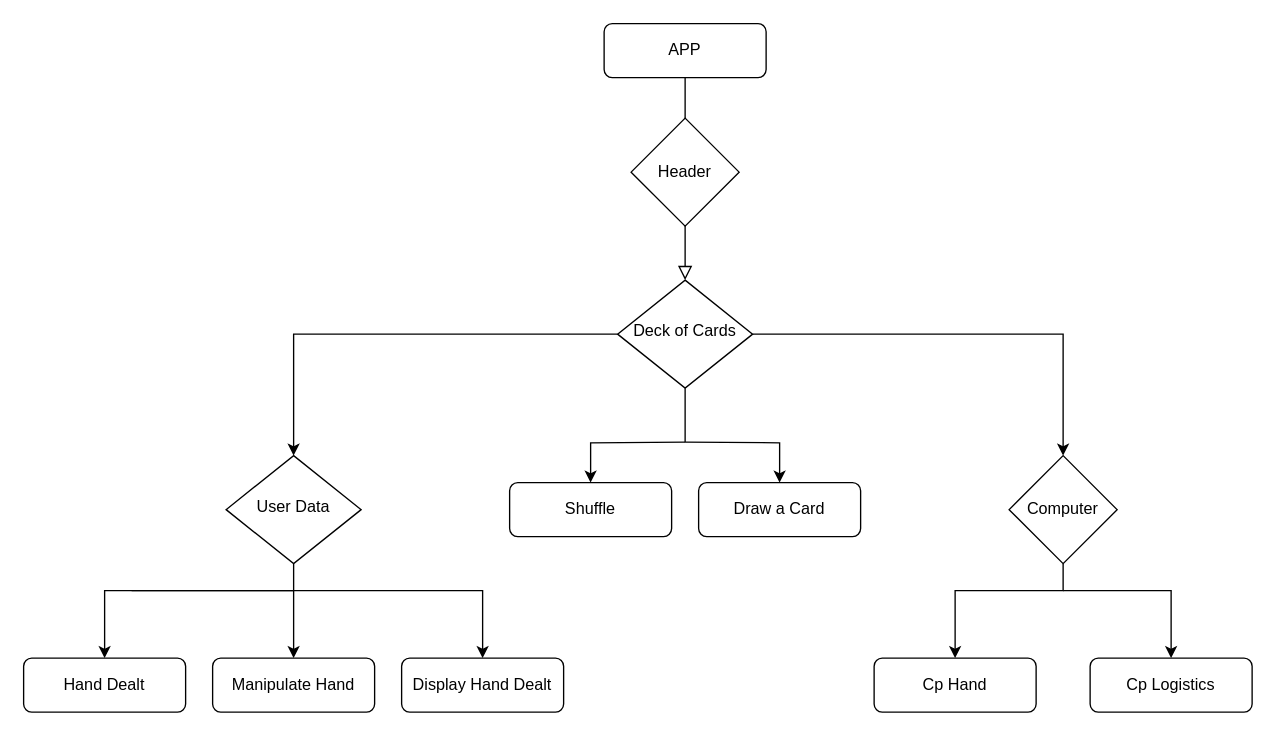
Before: Untitled Diagram.drawio in djmcgrath/Go-Fish, a draw.io diagram. Source tidied: cells renumbered, new cells numbered last; positions are measured from the earlier drawing's top-left corner, leaving out a move shared by most shapes. Both pictures are drawn from the tidied source at 135%, with x=0, y=0 at pixel (23, 23).
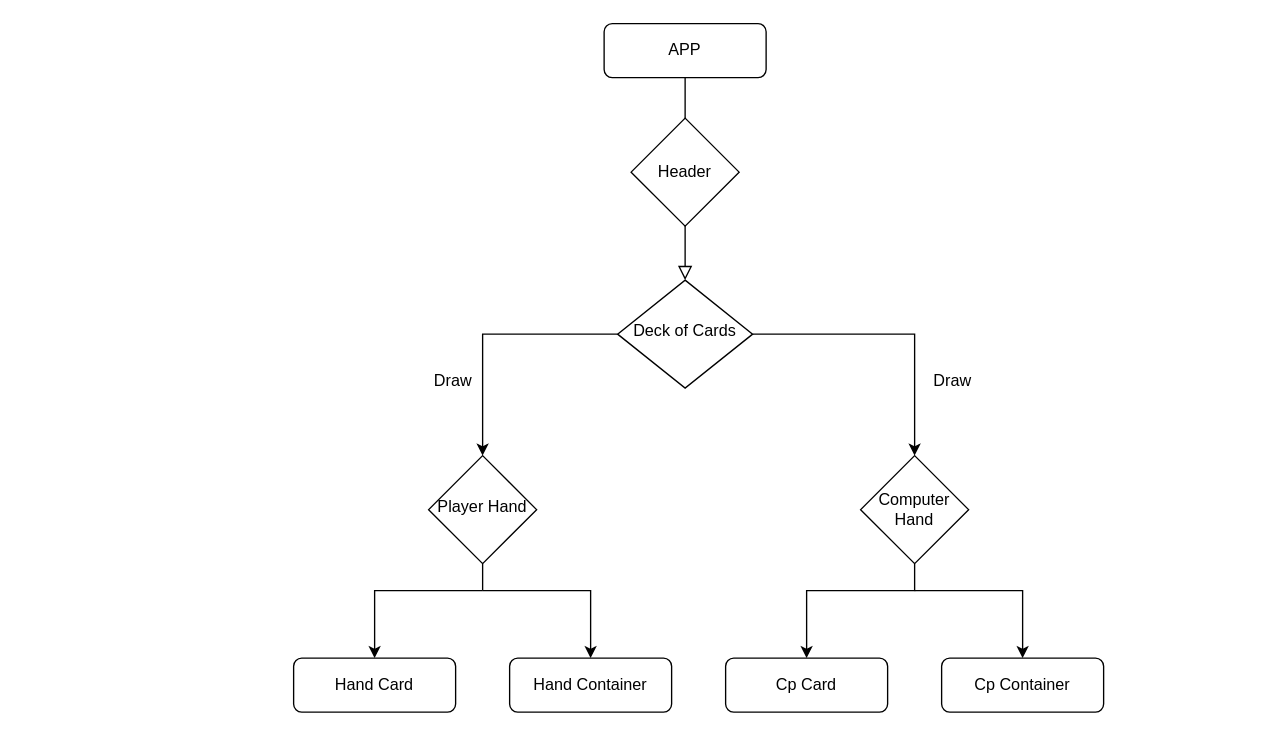
Above is the later version.

Commit message:
Final Go fish Diagram (for now)

The change refers to these unchanged cells:
```xml
<mxCell id="7" value="Deck of Cards" style="rhombus;whiteSpace=wrap;html=1;shadow=0;fontFamily=Helvetica;fontSize=12;align=center;strokeWidth=1;spacing=6;spacingTop=-4;" parent="1" vertex="1">
  <mxGeometry x="440" y="190" width="100" height="80" as="geometry" />
</mxCell>
```

Diff of the diagram source:
```diff
@@
-    <mxCell id="4" style="edgeStyle=orthogonalEdgeStyle;rounded=0;jettySize=auto;html=1;entryX=0.5;entryY=0;entryDx=0;entryDy=0;" parent="1" edge="1" target="10">
-      <mxGeometry relative="1" as="geometry">
-        <mxPoint x="490" y="310" as="sourcePoint" />
-      </mxGeometry>
-    </mxCell>
@@
-    <mxCell id="6" style="edgeStyle=orthogonalEdgeStyle;rounded=0;jettySize=auto;html=1;entryX=0.5;entryY=0;entryDx=0;entryDy=0;" parent="1" edge="1" target="12">
-      <mxGeometry relative="1" as="geometry">
-        <mxPoint x="490" y="310" as="sourcePoint" />
-      </mxGeometry>
-    </mxCell>
@@
-    <mxCell id="8" value="User Data" style="rhombus;whiteSpace=wrap;html=1;shadow=0;fontFamily=Helvetica;fontSize=12;align=center;strokeWidth=1;spacing=6;spacingTop=-4;" parent="1" vertex="1">
-      <mxGeometry x="150" y="320" width="100" height="80" as="geometry" />
+    <mxCell id="8" value="Player Hand" style="rhombus;whiteSpace=wrap;html=1;shadow=0;fontFamily=Helvetica;fontSize=12;align=center;strokeWidth=1;spacing=6;spacingTop=-4;" parent="1" vertex="1">
+      <mxGeometry x="300" y="320" width="80" height="80" as="geometry" />
     </mxCell>
-    <mxCell id="9" value="Hand Dealt" style="rounded=1;whiteSpace=wrap;html=1;fontSize=12;glass=0;strokeWidth=1;shadow=0;" parent="1" vertex="1">
-      <mxGeometry y="470" width="120" height="40" as="geometry" />
+    <mxCell id="9" value="Hand Card" style="rounded=1;whiteSpace=wrap;html=1;fontSize=12;glass=0;strokeWidth=1;shadow=0;" parent="1" vertex="1">
+      <mxGeometry x="200" y="470" width="120" height="40" as="geometry" />
     </mxCell>
-    <mxCell id="10" value="Shuffle" style="rounded=1;whiteSpace=wrap;html=1;fontSize=12;glass=0;strokeWidth=1;shadow=0;" parent="1" vertex="1">
-      <mxGeometry x="360" y="340" width="120" height="40" as="geometry" />
-    </mxCell>
-    <mxCell id="11" value="Computer" style="rhombus;whiteSpace=wrap;html=1;" parent="1" vertex="1">
-      <mxGeometry x="730" y="320" width="80" height="80" as="geometry" />
+    <mxCell id="11" value="Computer Hand" style="rhombus;whiteSpace=wrap;html=1;" parent="1" vertex="1">
+      <mxGeometry x="620" y="320" width="80" height="80" as="geometry" />
     </mxCell>
-    <mxCell id="12" value="Draw a Card" style="rounded=1;whiteSpace=wrap;html=1;" parent="1" vertex="1">
-      <mxGeometry x="500" y="340" width="120" height="40" as="geometry" />
-    </mxCell>
-    <mxCell id="13" style="endArrow=none;html=1;rounded=0;entryX=0.5;entryY=1;entryDx=0;entryDy=0;" parent="1" edge="1" target="7">
-      <mxGeometry relative="1" as="geometry">
-        <mxPoint x="490" y="310" as="sourcePoint" />
-      </mxGeometry>
-    </mxCell>
@@
-    <mxCell id="15" style="edgeStyle=orthogonalEdgeStyle;rounded=0;jettySize=auto;html=1;exitX=0.5;exitY=1;exitDx=0;exitDy=0;entryX=0.5;entryY=0;entryDx=0;entryDy=0;" parent="1" edge="1" source="8" target="17">
-      <mxGeometry relative="1" as="geometry" />
-    </mxCell>
-    <mxCell id="16" value="Display Hand Dealt" style="rounded=1;whiteSpace=wrap;html=1;fontSize=12;glass=0;strokeWidth=1;shadow=0;" parent="1" vertex="1">
-      <mxGeometry x="280" y="470" width="120" height="40" as="geometry" />
+    <mxCell id="16" value="Hand Container" style="rounded=1;whiteSpace=wrap;html=1;fontSize=12;glass=0;strokeWidth=1;shadow=0;" parent="1" vertex="1">
+      <mxGeometry x="360" y="470" width="120" height="40" as="geometry" />
     </mxCell>
-    <mxCell id="17" value="Manipulate Hand" style="rounded=1;whiteSpace=wrap;html=1;fontSize=12;glass=0;strokeWidth=1;shadow=0;" parent="1" vertex="1">
-      <mxGeometry x="140" y="470" width="120" height="40" as="geometry" />
-    </mxCell>
     <mxCell id="18" style="endArrow=classic;html=1;rounded=0;entryX=0.5;entryY=0;entryDx=0;entryDy=0;" parent="1" edge="1" target="16">
       <mxGeometry relative="1" as="geometry">
-        <mxPoint x="80" y="420" as="sourcePoint" />
+        <mxPoint x="340" y="420" as="sourcePoint" />
         <Array as="points">
-          <mxPoint x="200" y="420" />
           <mxPoint x="340" y="420" />
+          <mxPoint x="420" y="420" />
         </Array>
       </mxGeometry>
     </mxCell>
-    <mxCell id="19" value="Cp Hand" style="rounded=1;whiteSpace=wrap;html=1;" parent="1" vertex="1">
-      <mxGeometry x="630" y="470" width="120" height="40" as="geometry" />
+    <mxCell id="19" value="Cp Card" style="rounded=1;whiteSpace=wrap;html=1;" parent="1" vertex="1">
+      <mxGeometry x="520" y="470" width="120" height="40" as="geometry" />
     </mxCell>
     <mxCell id="20" style="endArrow=classic;html=1;rounded=0;exitX=0.5;exitY=1;exitDx=0;exitDy=0;entryX=0.5;entryY=0;entryDx=0;entryDy=0;" parent="1" edge="1" source="11" target="19">
       <mxGeometry relative="1" as="geometry">
         <Array as="points">
-          <mxPoint x="770" y="420" />
-          <mxPoint x="690" y="420" />
+          <mxPoint x="660" y="420" />
+          <mxPoint x="580" y="420" />
         </Array>
       </mxGeometry>
     </mxCell>
-    <mxCell id="21" value="Cp Logistics" style="rounded=1;whiteSpace=wrap;html=1;" parent="1" vertex="1">
-      <mxGeometry x="790" y="470" width="120" height="40" as="geometry" />
+    <mxCell id="21" value="Cp Container" style="rounded=1;whiteSpace=wrap;html=1;" parent="1" vertex="1">
+      <mxGeometry x="680" y="470" width="120" height="40" as="geometry" />
     </mxCell>
     <mxCell id="22" style="endArrow=classic;html=1;rounded=0;entryX=0.5;entryY=0;entryDx=0;entryDy=0;" parent="1" edge="1" target="21">
       <mxGeometry relative="1" as="geometry">
-        <mxPoint x="770" y="420" as="sourcePoint" />
+        <mxPoint x="660" y="420" as="sourcePoint" />
         <Array as="points">
-          <mxPoint x="850" y="420" />
+          <mxPoint x="740" y="420" />
         </Array>
       </mxGeometry>
     </mxCell>
     <mxCell id="23" style="endArrow=classic;html=1;rounded=0;exitX=0;exitY=0.5;exitDx=0;exitDy=0;entryX=0.5;entryY=0;entryDx=0;entryDy=0;" parent="1" edge="1" source="7" target="8">
       <mxGeometry relative="1" as="geometry">
         <Array as="points">
-          <mxPoint x="200" y="230" />
+          <mxPoint x="340" y="230" />
         </Array>
       </mxGeometry>
     </mxCell>
     <mxCell id="24" style="endArrow=classic;html=1;rounded=0;entryX=0.5;entryY=0;entryDx=0;entryDy=0;" parent="1" edge="1" target="9">
       <mxGeometry relative="1" as="geometry">
-        <mxPoint x="200" y="420" as="sourcePoint" />
+        <mxPoint x="340" y="420" as="sourcePoint" />
         <Array as="points">
-          <mxPoint x="80" y="420" />
-          <mxPoint x="60" y="420" />
+          <mxPoint x="260" y="420" />
         </Array>
       </mxGeometry>
     </mxCell>
+    <mxCell id="25" style="endArrow=none;html=1;rounded=0;entryX=0.5;entryY=1;entryDx=0;entryDy=0;" parent="1" edge="1" target="8">
+      <mxGeometry relative="1" as="geometry">
+        <mxPoint x="340" y="420" as="sourcePoint" />
+      </mxGeometry>
+    </mxCell>
+    <mxCell id="26" value="Draw&amp;nbsp;" style="text;html=1;strokeColor=none;fillColor=none;align=center;verticalAlign=middle;whiteSpace=wrap;rounded=0;" parent="1" vertex="1">
+      <mxGeometry x="660" y="250" width="60" height="30" as="geometry" />
+    </mxCell>
+    <mxCell id="27" value="Draw&amp;nbsp;" style="text;html=1;strokeColor=none;fillColor=none;align=center;verticalAlign=middle;whiteSpace=wrap;rounded=0;" parent="1" vertex="1">
+      <mxGeometry x="290" y="250" width="60" height="30" as="geometry" />
+    </mxCell>
```
